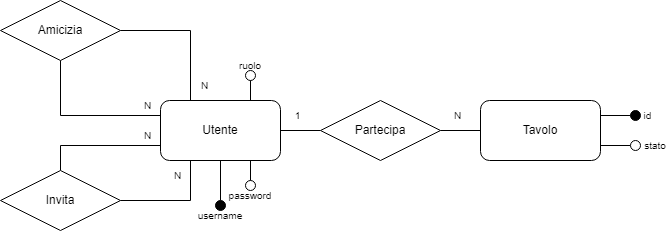
The draw.io diagram assets/images/documentazione/diagramma_er.png in Emaiarkeiou/Poker, before a commit. Source tidied: cells renumbered, new cells last; positions are measured from the earlier drawing's top-left corner, leaving out a move shared by most shapes. Its diagram source:
```xml
<mxGraphModel>
  <root>
    <mxCell id="0" />
    <mxCell id="1" parent="0" />
    <mxCell id="2" style="edgeStyle=orthogonalEdgeStyle;rounded=0;jettySize=auto;html=1;exitX=0;exitY=0.25;exitDx=0;exitDy=0;entryX=0.5;entryY=1;entryDx=0;entryDy=0;endArrow=none;endFill=0;" parent="1" edge="1" source="5" target="12">
      <mxGeometry relative="1" as="geometry" />
    </mxCell>
    <mxCell id="3" style="edgeStyle=orthogonalEdgeStyle;rounded=0;jettySize=auto;html=1;exitX=0;exitY=0.75;exitDx=0;exitDy=0;entryX=0.5;entryY=0;entryDx=0;entryDy=0;endArrow=none;endFill=0;" parent="1" edge="1" source="5" target="10">
      <mxGeometry relative="1" as="geometry" />
    </mxCell>
    <mxCell id="4" style="edgeStyle=orthogonalEdgeStyle;rounded=0;jettySize=auto;html=1;entryX=0;entryY=0.5;entryDx=0;entryDy=0;endArrow=none;endFill=0;" parent="1" edge="1" source="5" target="8">
      <mxGeometry relative="1" as="geometry" />
    </mxCell>
    <mxCell id="5" value="Utente" style="rounded=1;whiteSpace=wrap;html=1;" parent="1" vertex="1">
      <mxGeometry x="160" y="100" width="120" height="60" as="geometry" />
    </mxCell>
    <mxCell id="6" value="Tavolo" style="rounded=1;whiteSpace=wrap;html=1;" parent="1" vertex="1">
      <mxGeometry x="480" y="100" width="120" height="60" as="geometry" />
    </mxCell>
    <mxCell id="7" style="edgeStyle=orthogonalEdgeStyle;rounded=0;jettySize=auto;html=1;entryX=0;entryY=0.5;entryDx=0;entryDy=0;endArrow=none;endFill=0;" parent="1" edge="1" source="8" target="6">
      <mxGeometry relative="1" as="geometry" />
    </mxCell>
    <mxCell id="8" value="Partecipa" style="rhombus;whiteSpace=wrap;html=1;" parent="1" vertex="1">
      <mxGeometry x="320" y="100" width="120" height="60" as="geometry" />
    </mxCell>
    <mxCell id="9" style="edgeStyle=orthogonalEdgeStyle;rounded=0;jettySize=auto;html=1;entryX=0.25;entryY=1;entryDx=0;entryDy=0;endArrow=none;endFill=0;" parent="1" edge="1" source="10" target="5">
      <mxGeometry relative="1" as="geometry" />
    </mxCell>
    <mxCell id="10" value="Invita" style="rhombus;whiteSpace=wrap;html=1;" parent="1" vertex="1">
      <mxGeometry y="170" width="120" height="60" as="geometry" />
    </mxCell>
    <mxCell id="11" style="edgeStyle=orthogonalEdgeStyle;rounded=0;jettySize=auto;html=1;exitX=1;exitY=0.5;exitDx=0;exitDy=0;entryX=0.25;entryY=0;entryDx=0;entryDy=0;endArrow=none;endFill=0;" parent="1" edge="1" source="12" target="5">
      <mxGeometry relative="1" as="geometry" />
    </mxCell>
    <mxCell id="12" value="Amicizia" style="rhombus;whiteSpace=wrap;html=1;" parent="1" vertex="1">
      <mxGeometry width="120" height="60" as="geometry" />
    </mxCell>
    <mxCell id="13" style="edgeStyle=orthogonalEdgeStyle;rounded=0;jettySize=auto;html=1;entryX=1;entryY=0.25;entryDx=0;entryDy=0;endArrow=none;endFill=0;" parent="1" edge="1" source="14" target="6">
      <mxGeometry relative="1" as="geometry" />
    </mxCell>
    <mxCell id="14" style="ellipse;whiteSpace=wrap;html=1;fillColor=#000000;" parent="1" vertex="1">
      <mxGeometry x="630" y="110" width="10" height="10" as="geometry" />
    </mxCell>
    <mxCell id="15" style="edgeStyle=orthogonalEdgeStyle;rounded=0;jettySize=auto;html=1;entryX=0.5;entryY=1;entryDx=0;entryDy=0;endArrow=none;endFill=0;" parent="1" edge="1" source="16" target="5">
      <mxGeometry relative="1" as="geometry" />
    </mxCell>
    <mxCell id="16" style="ellipse;whiteSpace=wrap;html=1;gradientColor=none;fillColor=#030303;" parent="1" vertex="1">
      <mxGeometry x="215" y="200" width="10" height="10" as="geometry" />
    </mxCell>
    <mxCell id="17" style="edgeStyle=orthogonalEdgeStyle;rounded=0;jettySize=auto;html=1;entryX=0.75;entryY=1;entryDx=0;entryDy=0;endArrow=none;endFill=0;" parent="1" edge="1" source="18" target="5">
      <mxGeometry relative="1" as="geometry" />
    </mxCell>
    <mxCell id="18" style="ellipse;whiteSpace=wrap;html=1;" parent="1" vertex="1">
      <mxGeometry x="245" y="180" width="10" height="10" as="geometry" />
    </mxCell>
    <mxCell id="19" value="&lt;span style=&quot;font-size: 10px;&quot;&gt;username&lt;/span&gt;" style="text;html=1;align=center;verticalAlign=middle;whiteSpace=wrap;rounded=0;" parent="1" vertex="1">
      <mxGeometry x="190" y="210" width="60" height="10" as="geometry" />
    </mxCell>
    <mxCell id="20" value="&lt;span style=&quot;font-size: 10px;&quot;&gt;password&lt;/span&gt;" style="text;html=1;align=center;verticalAlign=middle;whiteSpace=wrap;rounded=0;" parent="1" vertex="1">
      <mxGeometry x="220" y="190" width="60" height="10" as="geometry" />
    </mxCell>
    <mxCell id="21" value="&lt;span style=&quot;font-size: 10px;&quot;&gt;id&lt;/span&gt;" style="text;html=1;align=center;verticalAlign=middle;whiteSpace=wrap;rounded=0;" parent="1" vertex="1">
      <mxGeometry x="640" y="110" width="15" height="10" as="geometry" />
    </mxCell>
    <mxCell id="22" style="edgeStyle=orthogonalEdgeStyle;rounded=0;jettySize=auto;html=1;entryX=1;entryY=0.75;entryDx=0;entryDy=0;endArrow=none;endFill=0;" parent="1" edge="1" source="23" target="6">
      <mxGeometry relative="1" as="geometry" />
    </mxCell>
    <mxCell id="23" style="ellipse;whiteSpace=wrap;html=1;" parent="1" vertex="1">
      <mxGeometry x="630" y="140" width="10" height="10" as="geometry" />
    </mxCell>
    <mxCell id="24" value="&lt;span style=&quot;font-size: 10px;&quot;&gt;stato&lt;/span&gt;" style="text;html=1;align=center;verticalAlign=middle;whiteSpace=wrap;rounded=0;" parent="1" vertex="1">
      <mxGeometry x="640" y="140" width="30" height="10" as="geometry" />
    </mxCell>
    <mxCell id="25" value="&lt;span style=&quot;font-size: 10px;&quot;&gt;1&lt;/span&gt;" style="text;html=1;align=center;verticalAlign=middle;whiteSpace=wrap;rounded=0;" parent="1" vertex="1">
      <mxGeometry x="290" y="110" width="15" height="10" as="geometry" />
    </mxCell>
    <mxCell id="26" value="&lt;span style=&quot;font-size: 10px;&quot;&gt;N&lt;/span&gt;" style="text;html=1;align=center;verticalAlign=middle;whiteSpace=wrap;rounded=0;" parent="1" vertex="1">
      <mxGeometry x="450" y="110" width="15" height="10" as="geometry" />
    </mxCell>
    <mxCell id="27" value="&lt;span style=&quot;font-size: 10px;&quot;&gt;N&lt;/span&gt;" style="text;html=1;align=center;verticalAlign=middle;whiteSpace=wrap;rounded=0;" parent="1" vertex="1">
      <mxGeometry x="140" y="130" width="15" height="10" as="geometry" />
    </mxCell>
    <mxCell id="28" value="&lt;span style=&quot;font-size: 10px;&quot;&gt;N&lt;/span&gt;" style="text;html=1;align=center;verticalAlign=middle;whiteSpace=wrap;rounded=0;" parent="1" vertex="1">
      <mxGeometry x="170" y="170" width="15" height="10" as="geometry" />
    </mxCell>
    <mxCell id="29" value="&lt;span style=&quot;font-size: 10px;&quot;&gt;N&lt;/span&gt;" style="text;html=1;align=center;verticalAlign=middle;whiteSpace=wrap;rounded=0;" parent="1" vertex="1">
      <mxGeometry x="140" y="100" width="15" height="10" as="geometry" />
    </mxCell>
    <mxCell id="30" value="&lt;span style=&quot;font-size: 10px;&quot;&gt;N&lt;/span&gt;" style="text;html=1;align=center;verticalAlign=middle;whiteSpace=wrap;rounded=0;" parent="1" vertex="1">
      <mxGeometry x="197" y="80" width="15" height="10" as="geometry" />
    </mxCell>
    <mxCell id="31" style="edgeStyle=orthogonalEdgeStyle;rounded=0;jettySize=auto;html=1;entryX=0.75;entryY=0;entryDx=0;entryDy=0;endArrow=none;endFill=0;" parent="1" edge="1" source="32" target="5">
      <mxGeometry relative="1" as="geometry" />
    </mxCell>
    <mxCell id="32" style="ellipse;whiteSpace=wrap;html=1;" parent="1" vertex="1">
      <mxGeometry x="245" y="70" width="10" height="10" as="geometry" />
    </mxCell>
    <mxCell id="33" value="&lt;span style=&quot;font-size: 10px;&quot;&gt;ruolo&lt;/span&gt;" style="text;html=1;align=center;verticalAlign=middle;whiteSpace=wrap;rounded=0;" parent="1" vertex="1">
      <mxGeometry x="220" y="60" width="60" height="10" as="geometry" />
    </mxCell>
  </root>
</mxGraphModel>
```
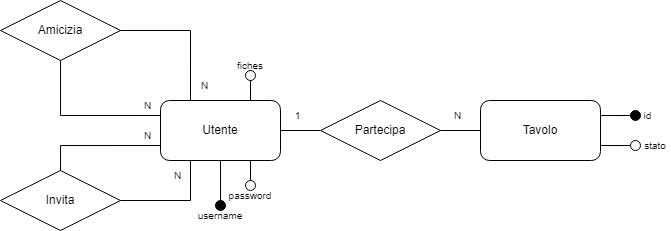
Above is the later version.

The edit, as a diff of the source:
```diff
@@ -95,7 +95,7 @@
     <mxCell id="32" style="ellipse;whiteSpace=wrap;html=1;" parent="1" vertex="1">
       <mxGeometry x="245" y="70" width="10" height="10" as="geometry" />
     </mxCell>
-    <mxCell id="33" value="&lt;span style=&quot;font-size: 10px;&quot;&gt;ruolo&lt;/span&gt;" style="text;html=1;align=center;verticalAlign=middle;whiteSpace=wrap;rounded=0;" parent="1" vertex="1">
+    <mxCell id="33" value="&lt;span style=&quot;font-size: 10px;&quot;&gt;fiches&lt;/span&gt;" style="text;html=1;align=center;verticalAlign=middle;whiteSpace=wrap;rounded=0;" parent="1" vertex="1">
       <mxGeometry x="220" y="60" width="60" height="10" as="geometry" />
     </mxCell>
   </root>
```
